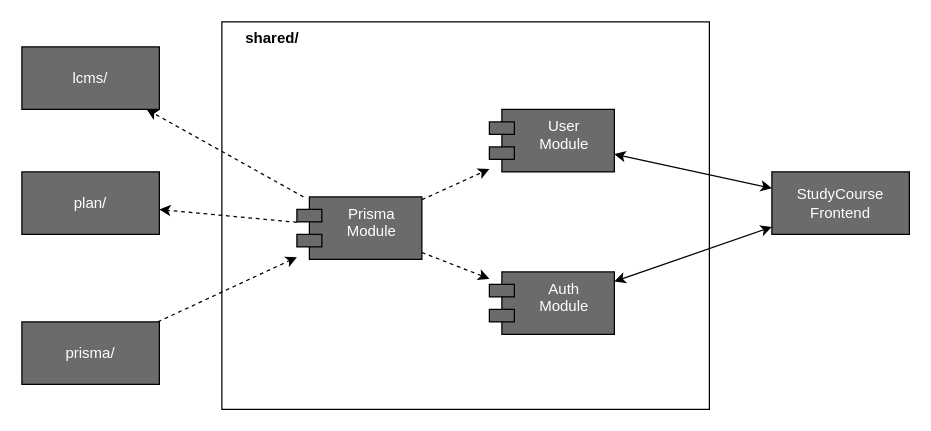
Earlier version of the draw.io diagram Building_Block_lcms_level_3_2.drawio (MarkTkachov/lcms_diagrams). Source tidied: cells renumbered, new cells numbered last; positions are measured from the earlier drawing's top-left corner, leaving out a move shared by most shapes. Both pictures are drawn from the tidied source at 125%, with x=0, y=0 at pixel (21, 21).
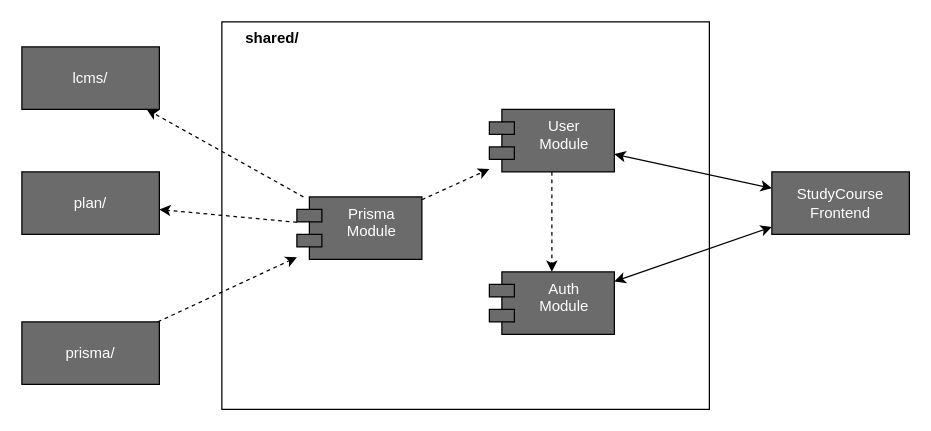
The same diagram, later.

Change to the diagram source:
```diff
@@
 <mxGraphModel>
   <root>
     <mxCell id="0" />
     <mxCell id="1" parent="0" />
     <mxCell id="2" style="group;fillColor=none;fontColor=#FFFFFF;" parent="1" vertex="1">
       <mxGeometry x="160" width="390" height="310" as="geometry" />
     </mxCell>
     <mxCell id="3" style="rounded=0;whiteSpace=wrap;html=1;" parent="2" vertex="1">
       <mxGeometry width="390" height="310" as="geometry" />
     </mxCell>
     <mxCell id="4" value="shared/" style="text;align=center;fontStyle=1;verticalAlign=middle;spacingLeft=3;spacingRight=3;strokeColor=none;html=1;" parent="2" vertex="1">
       <mxGeometry width="80" height="26" as="geometry" />
     </mxCell>
     <mxCell id="5" style="rounded=0;jettySize=auto;html=1;dashed=1;" parent="2" edge="1" source="7" target="8">
       <mxGeometry relative="1" as="geometry" />
     </mxCell>
-    <mxCell id="6" style="rounded=0;jettySize=auto;html=1;dashed=1;" parent="2" edge="1" source="7" target="9">
-      <mxGeometry relative="1" as="geometry" />
-    </mxCell>
     <mxCell id="7" value="&lt;div&gt;Prisma Module&lt;/div&gt;" style="shape=module;align=left;spacingLeft=20;align=center;verticalAlign=top;whiteSpace=wrap;html=1;fillColor=#6B6B6B;fontColor=#FFFFFF;" parent="2" vertex="1">
       <mxGeometry x="60" y="140" width="100" height="50" as="geometry" />
     </mxCell>
+    <mxCell id="19" style="rounded=0;jettySize=auto;html=1;dashed=1;" parent="2" edge="1" source="8" target="9">
+      <mxGeometry relative="1" as="geometry" />
+    </mxCell>
     <mxCell id="8" value="&lt;div&gt;User&lt;/div&gt;&lt;div&gt;Module&lt;/div&gt;" style="shape=module;align=left;spacingLeft=20;align=center;verticalAlign=top;whiteSpace=wrap;html=1;fillColor=#6B6B6B;fontColor=#FFFFFF;" parent="2" vertex="1">
       <mxGeometry x="214" y="70" width="100" height="50" as="geometry" />
     </mxCell>
     <mxCell id="9" value="&lt;div&gt;Auth&lt;br&gt;&lt;/div&gt;&lt;div&gt;Module&lt;/div&gt;" style="shape=module;align=left;spacingLeft=20;align=center;verticalAlign=top;whiteSpace=wrap;html=1;fillColor=#6B6B6B;fontColor=#FFFFFF;" parent="2" vertex="1">
       <mxGeometry x="214" y="200" width="100" height="50" as="geometry" />
     </mxCell>
     <mxCell id="10" style="rounded=0;jettySize=auto;html=1;dashed=1;" parent="1" edge="1" source="11" target="7">
       <mxGeometry relative="1" as="geometry" />
     </mxCell>
     <mxCell id="11" value="prisma/" style="html=1;whiteSpace=wrap;fillColor=#6B6B6B;fontColor=#FFFFFF;" parent="1" vertex="1">
       <mxGeometry y="240" width="110" height="50" as="geometry" />
     </mxCell>
     <mxCell id="12" value="lcms/" style="html=1;whiteSpace=wrap;fillColor=#6B6B6B;fontColor=#FFFFFF;" parent="1" vertex="1">
       <mxGeometry y="20" width="110" height="50" as="geometry" />
     </mxCell>
     <mxCell id="13" value="plan/" style="html=1;whiteSpace=wrap;fillColor=#6B6B6B;fontColor=#FFFFFF;" parent="1" vertex="1">
       <mxGeometry y="120" width="110" height="50" as="geometry" />
     </mxCell>
     <mxCell id="14" value="StudyCourse Frontend" style="html=1;whiteSpace=wrap;fillColor=#6B6B6B;fontColor=#FFFFFF;" parent="1" vertex="1">
       <mxGeometry x="600" y="120" width="110" height="50" as="geometry" />
     </mxCell>
     <mxCell id="15" style="rounded=0;jettySize=auto;html=1;dashed=1;" parent="1" edge="1" source="7" target="13">
       <mxGeometry relative="1" as="geometry" />
     </mxCell>
     <mxCell id="16" style="rounded=0;jettySize=auto;html=1;dashed=1;" parent="1" edge="1" source="7" target="12">
       <mxGeometry relative="1" as="geometry" />
     </mxCell>
     <mxCell id="17" style="rounded=0;jettySize=auto;html=1;startArrow=classic;startFill=1;" parent="1" edge="1" source="8" target="14">
       <mxGeometry relative="1" as="geometry" />
     </mxCell>
     <mxCell id="18" style="rounded=0;jettySize=auto;html=1;startArrow=classic;startFill=1;" parent="1" edge="1" source="9" target="14">
       <mxGeometry relative="1" as="geometry" />
     </mxCell>
   </root>
 </mxGraphModel>
```
